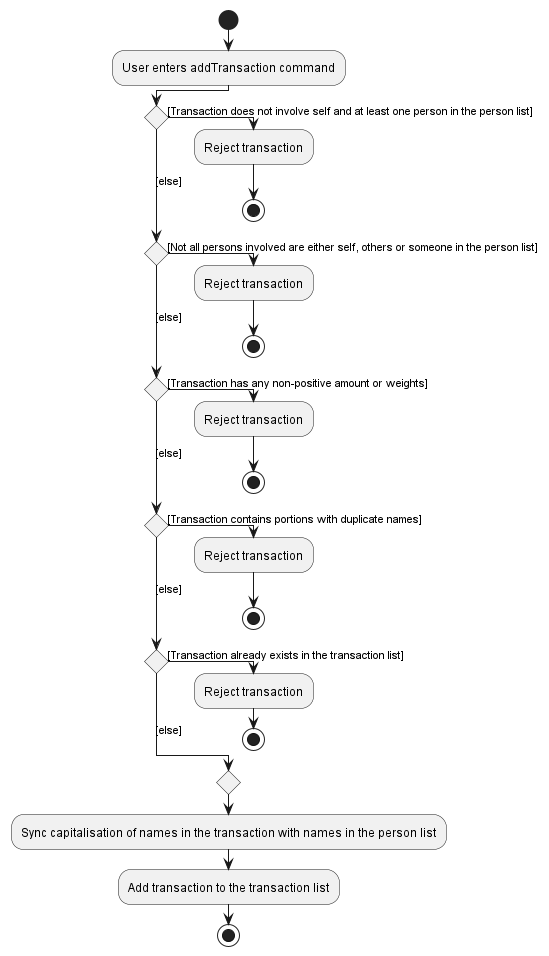
The PlantUML diagram docs/images/TransactionListActivityDiagram.png in wui-hong/tp, before a commit.
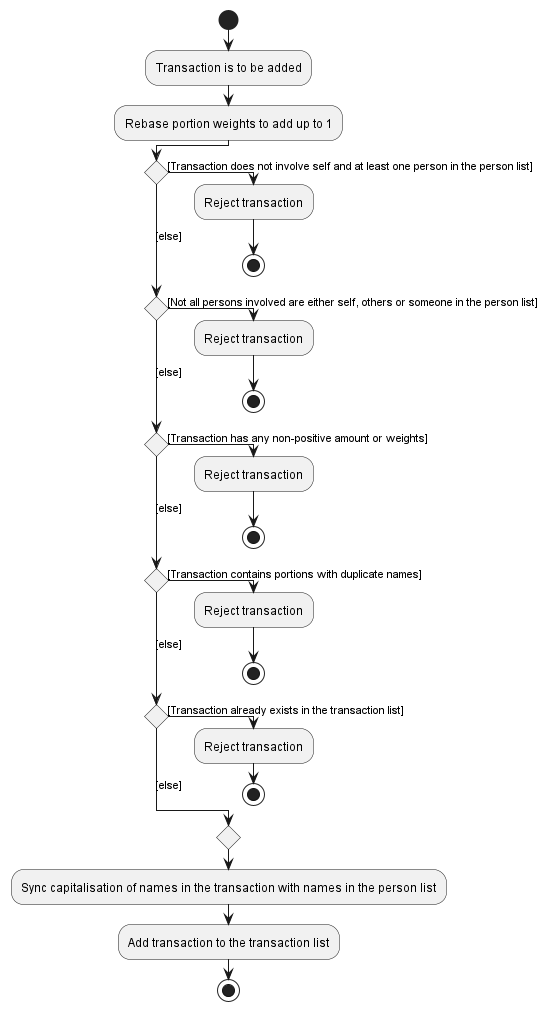
Later version of the same file.

Change to the diagram source:
```diff
@@ -1,7 +1,8 @@
 @startuml
 !pragma useVerticalIf on
 start
-:User enters addTransaction command;
+:Transaction is to be added;
+:Rebase portion weights to add up to 1;
 if () then ([Transaction does not involve self and at least one person in the person list])
   :Reject transaction;
   stop
```
